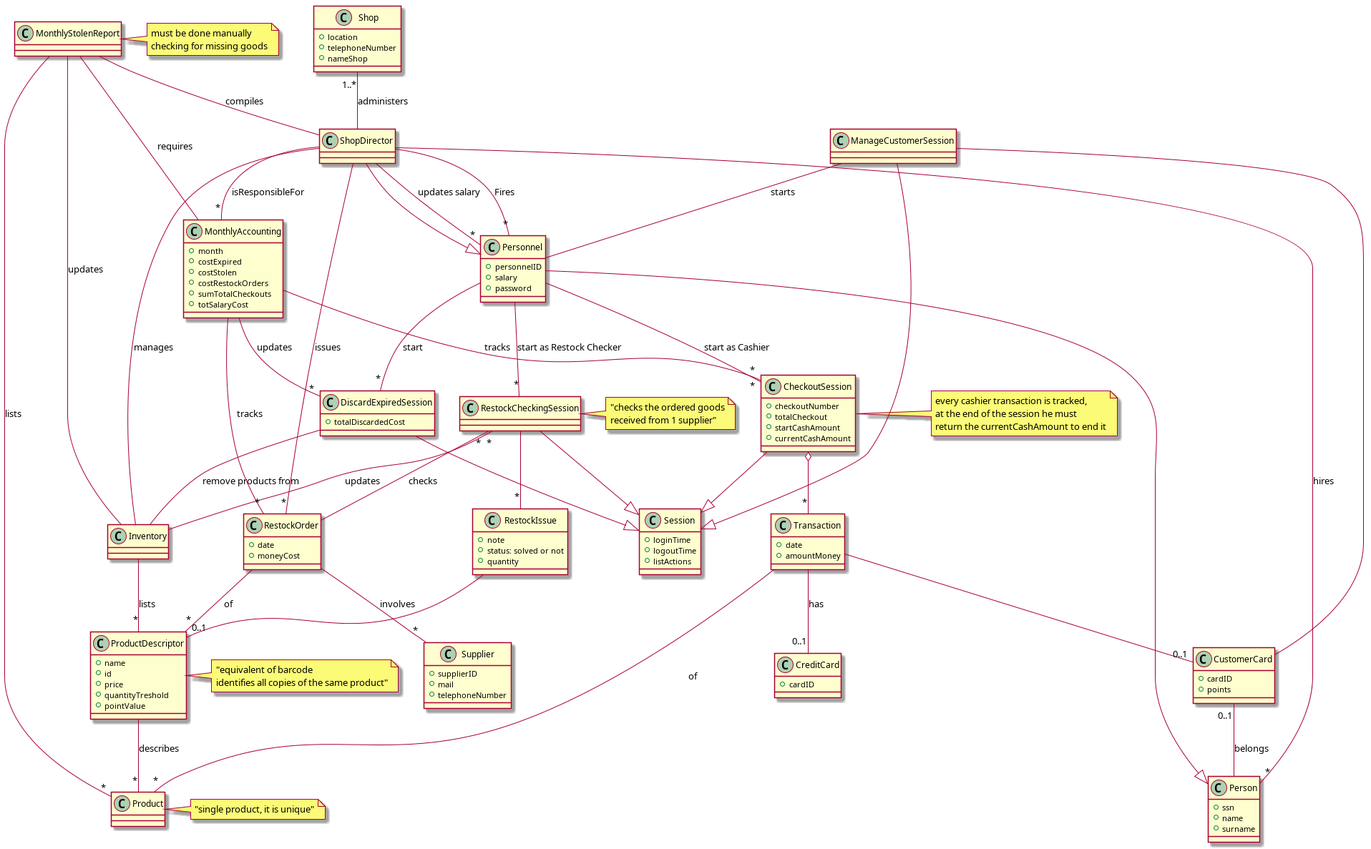
andreadimax/EZShop keeps this PlantUML diagram as uml/UmlClassDiagram.png. Above is the earlier version.
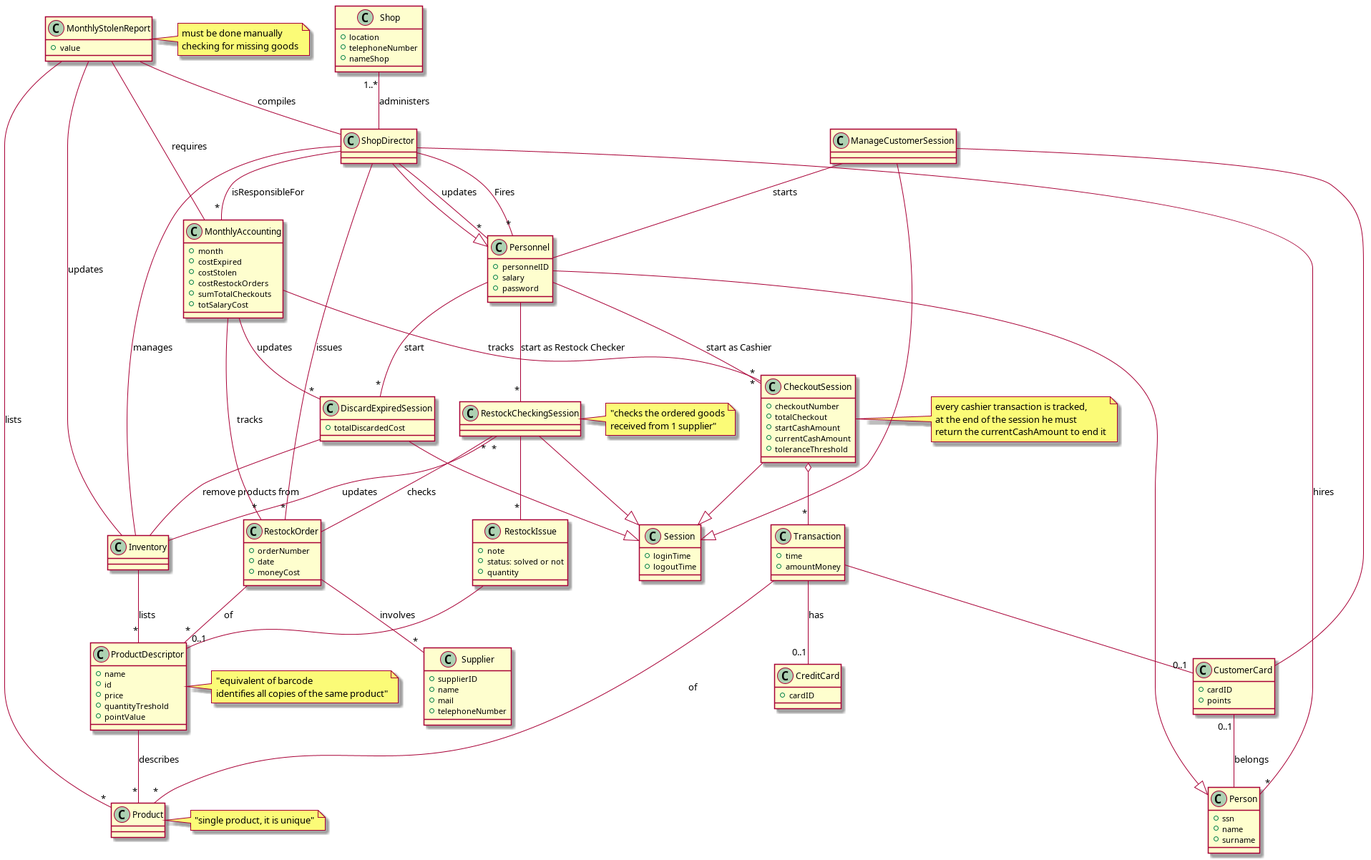
After the commit.

Commit message:
added date and value in UmlClassDiagram

Change to the diagram source:
```diff
@@ -5,16 +5,18 @@
         +nameShop
 }
 class RestockOrder{
+        +orderNumber
         +date
         +moneyCost
 }
 class Supplier{
         +supplierID
+        +name
         +mail
         +telephoneNumber
 }
 class Transaction{
-        +date
+        +time
         +amountMoney
 }
 
@@ -56,7 +58,6 @@
 class Session{
         +loginTime
         +logoutTime
-        +listActions
 }
 
 class CheckoutSession{
@@ -64,6 +65,7 @@
         +totalCheckout
         +startCashAmount
         +currentCashAmount
+        +toleranceThreshold
 }
 note right : every cashier transaction is tracked,\nat the end of the session he must\nreturn the currentCashAmount to end it
 class MonthlyAccounting{
@@ -82,7 +84,7 @@
 }
 
 class MonthlyStolenReport{
-
+        +value
 }
 note right : must be done manually\nchecking for missing goods
 class RestockCheckingSession{
@@ -121,7 +123,7 @@
 Personnel -- "*" CheckoutSession : start as Cashier
 Personnel -- "*" RestockCheckingSession : start as Restock Checker
 ShopDirector --|> Personnel
-ShopDirector -- "*" Personnel : updates salary
+ShopDirector -- "*" Personnel : updates
 ShopDirector -- "*" Personnel : Fires
 ShopDirector -- "*" Person :hires
 ShopDirector -- Inventory: manages
```
